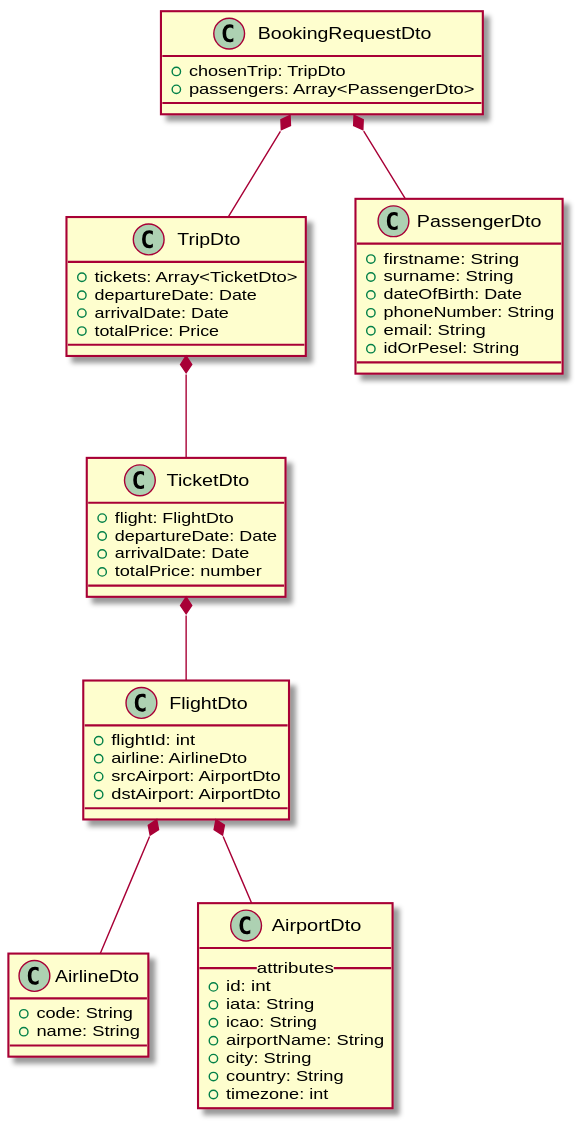
Above: diagrams/dtos/dtos.svg in wydra98/Flight-booking-backend (PlantUML), before the change.
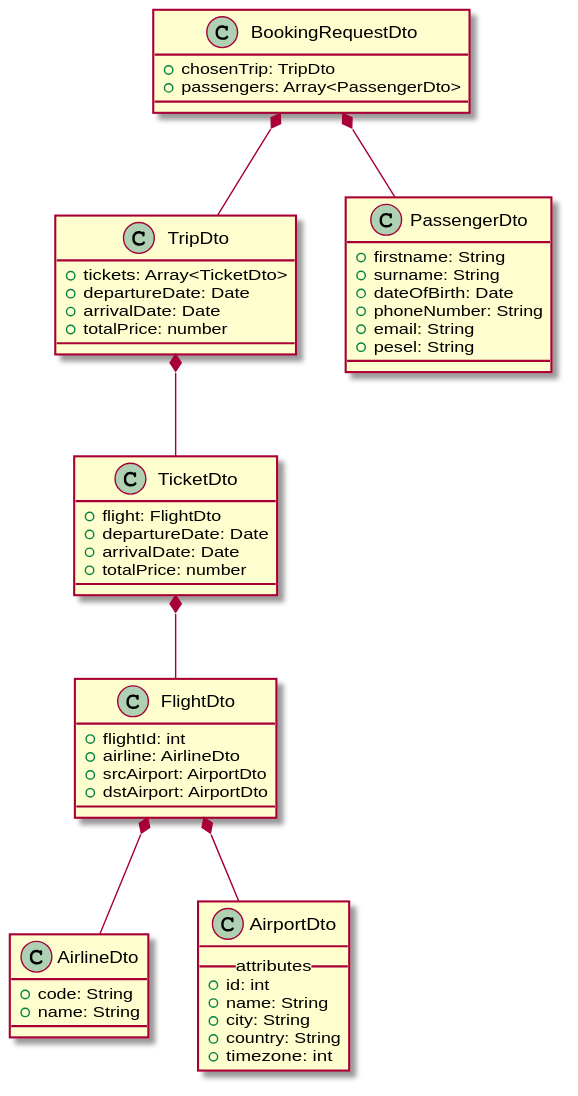
Later version of the same file.

Commit message:
changes in Read.me and DTO sequence

Diff of the diagram source:
```diff
@@ -1,9 +1,9 @@
-@startuml dtos
+@startuml
 class TripDto {
   + tickets: Array<TicketDto>
   + departureDate: Date
   + arrivalDate: Date
-  + totalPrice: Price
+  + totalPrice: number
 }
 
 class TicketDto {
@@ -28,9 +28,7 @@
 class AirportDto {
   __ attributes __
   + id: int
-  + iata: String
-  + icao: String
-  + airportName: String
+  + name: String
   + city: String
   + country: String
   + timezone: int
@@ -47,7 +45,7 @@
   + dateOfBirth: Date
   + phoneNumber: String
   + email: String
-  + idOrPesel: String
+  + pesel: String
 }
 
 TripDto *-- TicketDto
```
